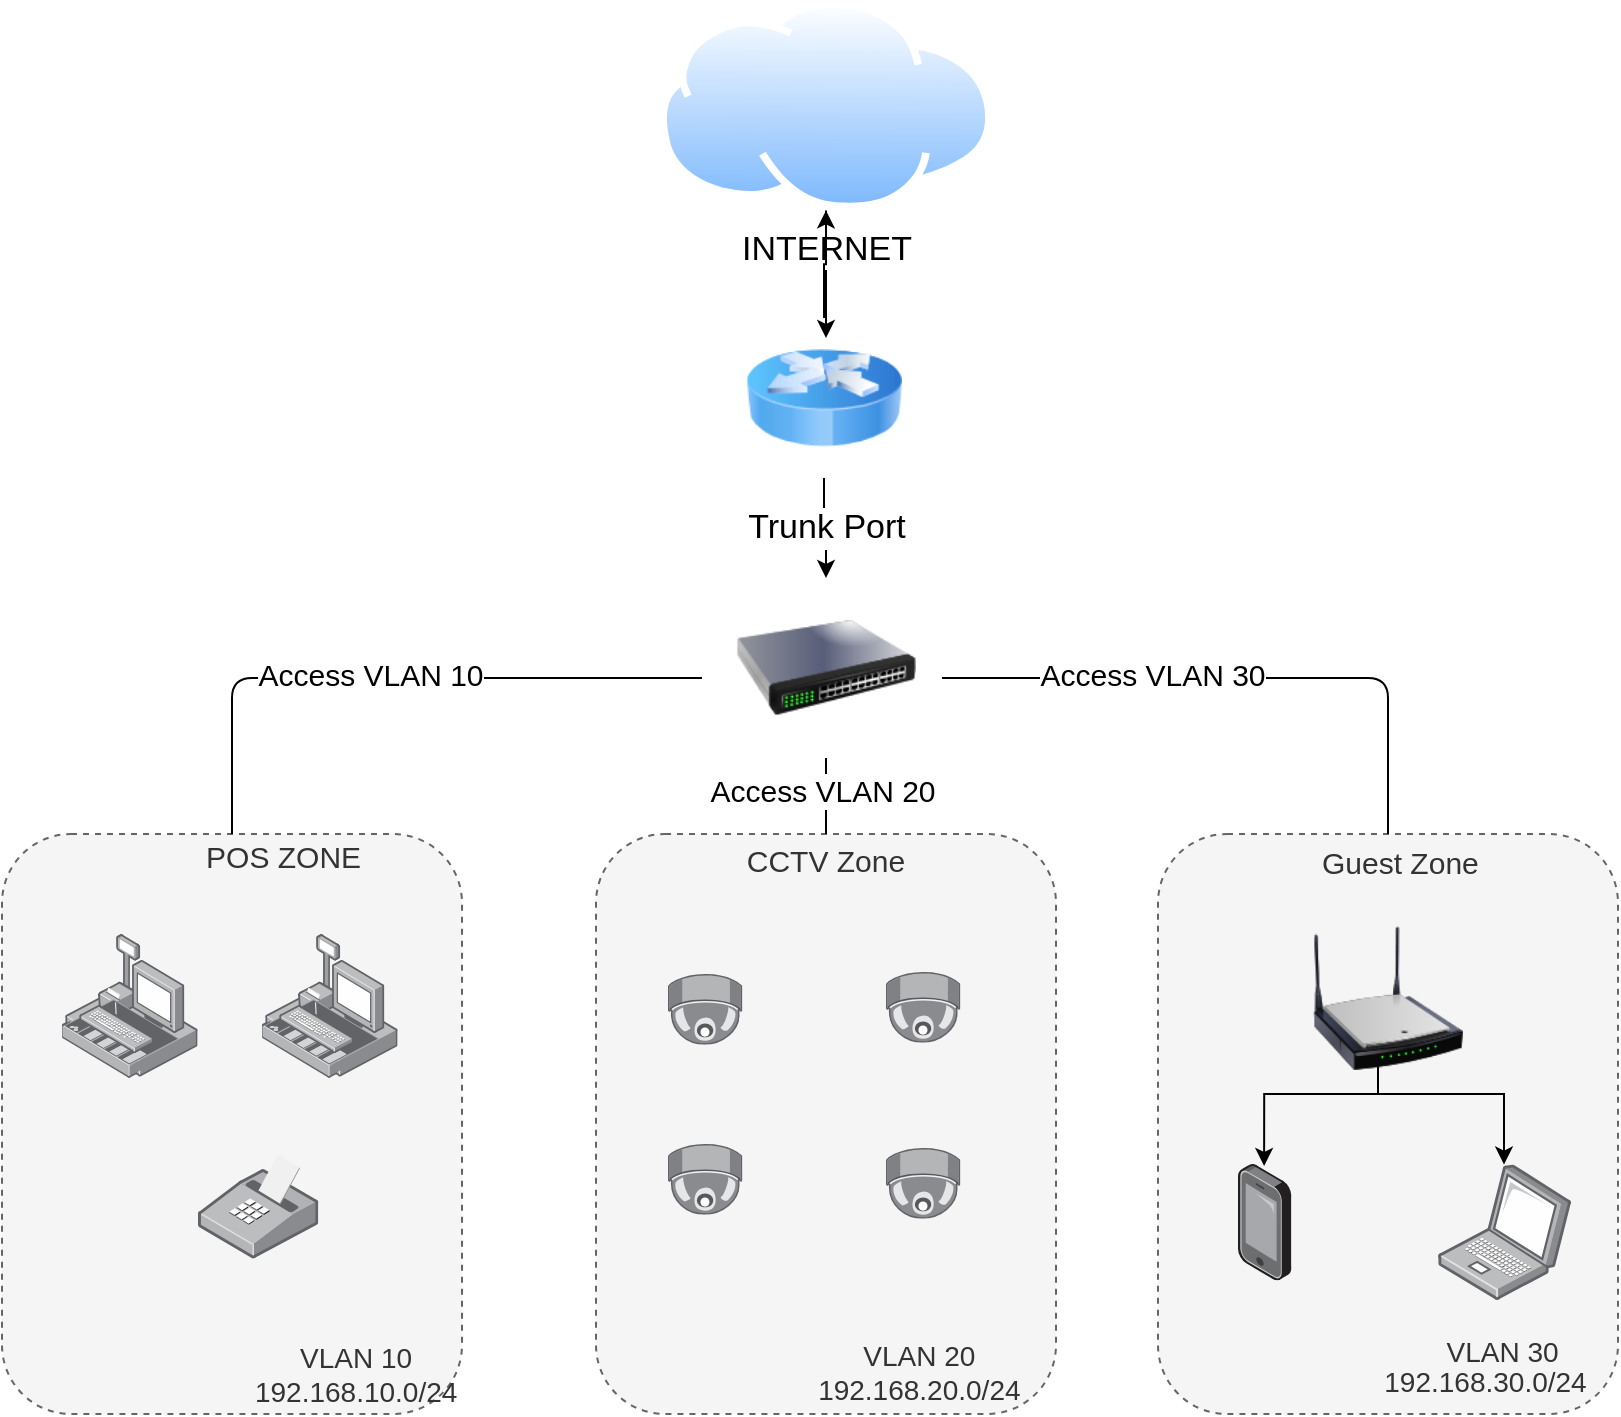
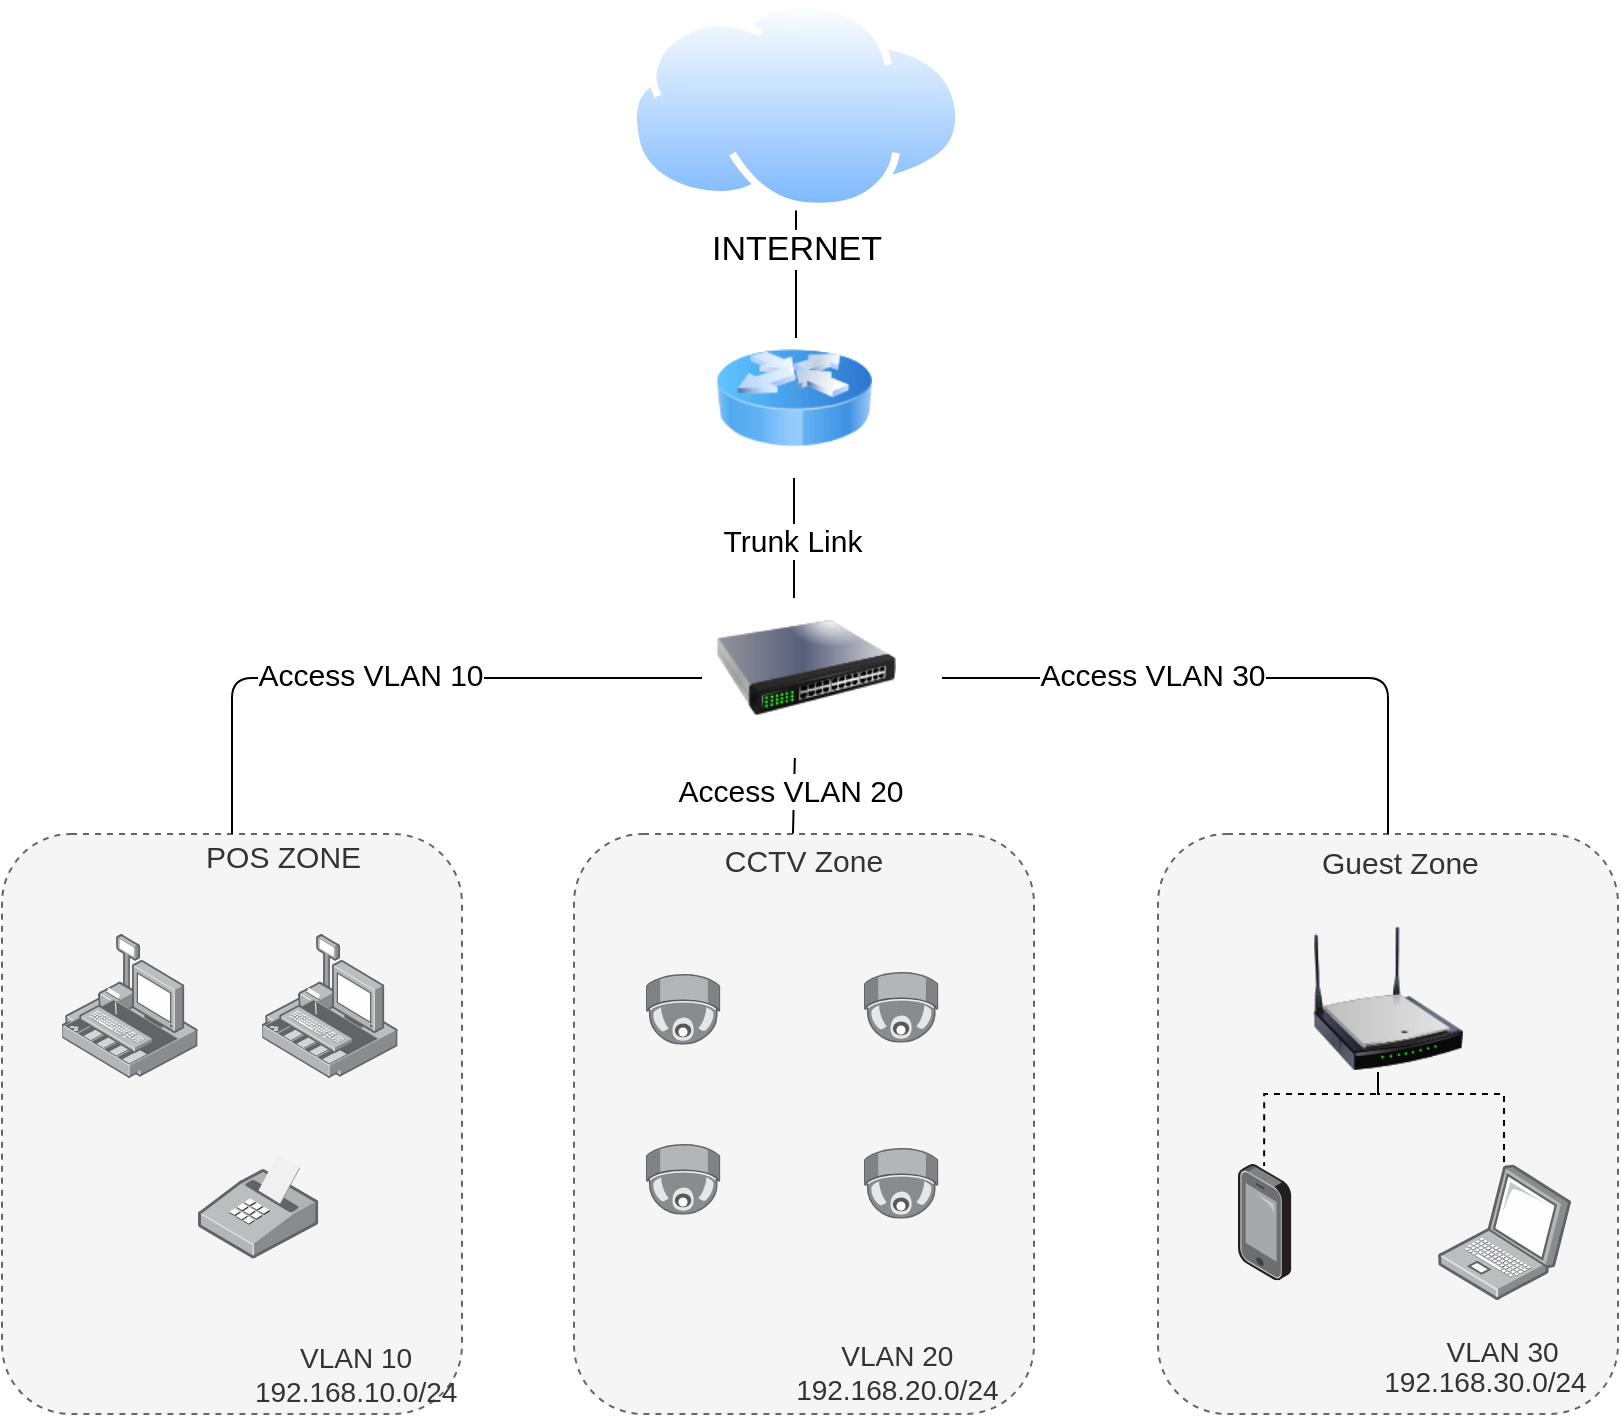
<mxfile host="app.diagrams.net">
  <diagram name="Trang-1" id="-QvKHvVX4tWdF-sznae-">
-     <mxGraphModel dx="967" dy="601" grid="1" gridSize="10" guides="1" tooltips="1" connect="1" arrows="1" fold="1" page="1" pageScale="1" pageWidth="827" pageHeight="1169" math="0" shadow="0">
+     <mxGraphModel dx="1174" dy="730" grid="1" gridSize="10" guides="1" tooltips="1" connect="1" arrows="1" fold="1" page="1" pageScale="1" pageWidth="827" pageHeight="1169" math="0" shadow="0">
      <root>
        <mxCell id="0" />
        <mxCell id="1" parent="0" />
        <mxCell id="tlgCcKQl9_W-pkazaHYF-1" parent="1" style="rounded=1;whiteSpace=wrap;html=1;dashed=1;fillColor=#f5f5f5;strokeColor=#666666;fontColor=#333333;align=left;" value="&lt;div&gt;&lt;font style=&quot;font-size: 15px;&quot;&gt;&lt;span style=&quot;white-space: pre;&quot;&gt;&#x9;&lt;/span&gt;&lt;span style=&quot;white-space: pre;&quot;&gt;&#x9;&lt;/span&gt;&lt;span style=&quot;white-space: pre;&quot;&gt;&#x9;&lt;/span&gt;POS ZONE&lt;br&gt;&lt;/font&gt;&lt;/div&gt;&lt;div&gt;&lt;font style=&quot;font-size: 14px;&quot;&gt;&lt;br&gt;&lt;/font&gt;&lt;/div&gt;&lt;div&gt;&lt;font style=&quot;font-size: 14px;&quot;&gt;&lt;br&gt;&lt;/font&gt;&lt;/div&gt;&lt;div style=&quot;text-align: center;&quot;&gt;&lt;font style=&quot;font-size: 14px;&quot;&gt;&lt;br&gt;&lt;/font&gt;&lt;/div&gt;&lt;div style=&quot;text-align: center;&quot;&gt;&lt;font style=&quot;font-size: 14px;&quot;&gt;&lt;br&gt;&lt;/font&gt;&lt;/div&gt;&lt;div style=&quot;text-align: center;&quot;&gt;&lt;font style=&quot;font-size: 14px;&quot;&gt;&lt;br&gt;&lt;/font&gt;&lt;/div&gt;&lt;div style=&quot;text-align: center;&quot;&gt;&lt;font style=&quot;font-size: 14px;&quot;&gt;&lt;br&gt;&lt;/font&gt;&lt;/div&gt;&lt;div style=&quot;text-align: center;&quot;&gt;&lt;font style=&quot;font-size: 14px;&quot;&gt;&lt;br&gt;&lt;/font&gt;&lt;/div&gt;&lt;div style=&quot;text-align: center;&quot;&gt;&lt;br&gt;&lt;/div&gt;&lt;div style=&quot;text-align: center;&quot;&gt;&lt;font style=&quot;font-size: 14px;&quot;&gt;&lt;br&gt;&lt;/font&gt;&lt;/div&gt;&lt;div style=&quot;text-align: center;&quot;&gt;&lt;font style=&quot;font-size: 14px;&quot;&gt;&lt;br&gt;&lt;/font&gt;&lt;/div&gt;&lt;div&gt;&lt;div style=&quot;text-align: center;&quot;&gt;&lt;span style=&quot;font-size: 14px; background-color: transparent; color: light-dark(rgb(51, 51, 51), rgb(193, 193, 193));&quot;&gt;&amp;nbsp; &amp;nbsp; &amp;nbsp; &amp;nbsp; &amp;nbsp; &amp;nbsp; &amp;nbsp; &amp;nbsp; &amp;nbsp; &amp;nbsp; &amp;nbsp; &amp;nbsp; &amp;nbsp; &amp;nbsp; &amp;nbsp; &amp;nbsp;&amp;nbsp;&lt;/span&gt;&lt;/div&gt;&lt;div style=&quot;text-align: center;&quot;&gt;&lt;span style=&quot;font-size: 14px; background-color: transparent; color: light-dark(rgb(51, 51, 51), rgb(193, 193, 193));&quot;&gt;&lt;br&gt;&lt;/span&gt;&lt;/div&gt;&lt;div style=&quot;text-align: center;&quot;&gt;&lt;span style=&quot;font-size: 14px; background-color: transparent; color: light-dark(rgb(51, 51, 51), rgb(193, 193, 193));&quot;&gt;&lt;br&gt;&lt;/span&gt;&lt;/div&gt;&lt;div style=&quot;text-align: center;&quot;&gt;&lt;span style=&quot;font-size: 14px; background-color: transparent; color: light-dark(rgb(51, 51, 51), rgb(193, 193, 193));&quot;&gt;&lt;br&gt;&lt;/span&gt;&lt;/div&gt;&lt;div style=&quot;text-align: center;&quot;&gt;&lt;span style=&quot;font-size: 14px; background-color: transparent; color: light-dark(rgb(51, 51, 51), rgb(193, 193, 193));&quot;&gt;&lt;span style=&quot;white-space: pre;&quot;&gt;&#x9;&lt;/span&gt;&lt;span style=&quot;white-space: pre;&quot;&gt;&#x9;&lt;/span&gt;&lt;span style=&quot;white-space: pre;&quot;&gt;&#x9;&lt;/span&gt;&lt;span style=&quot;white-space: pre;&quot;&gt;&#x9;&lt;/span&gt;VLAN 10&lt;/span&gt;&lt;/div&gt;&lt;div style=&quot;text-align: center;&quot;&gt;&lt;font style=&quot;font-size: 14px;&quot;&gt;&lt;span style=&quot;white-space: pre;&quot;&gt;&#x9;&lt;/span&gt;&lt;span style=&quot;white-space: pre;&quot;&gt;&#x9;&lt;/span&gt;&lt;span style=&quot;white-space: pre;&quot;&gt;&#x9;&lt;/span&gt;&lt;span style=&quot;white-space: pre;&quot;&gt;&#x9;&lt;/span&gt;192.168.10.0/24&lt;/font&gt;&lt;/div&gt;&lt;/div&gt;" vertex="1">
          <mxGeometry height="290" width="230" x="10" y="418" as="geometry" />
        </mxCell>
-         <mxCell id="tlgCcKQl9_W-pkazaHYF-5" edge="1" parent="1" source="6glJgjmVUURO1JKE-K0C-2" style="edgeStyle=orthogonalEdgeStyle;rounded=0;orthogonalLoop=1;jettySize=auto;html=1;" value="">
+         <mxCell id="tlgCcKQl9_W-pkazaHYF-5" edge="1" parent="1" source="6glJgjmVUURO1JKE-K0C-2" style="edgeStyle=orthogonalEdgeStyle;rounded=0;orthogonalLoop=1;jettySize=auto;html=1;endArrow=none;endFill=0;" value="">
          <mxGeometry relative="1" as="geometry">
-             <mxPoint x="422" y="170" as="targetPoint" />
+             <mxPoint x="407" y="170" as="targetPoint" />
          </mxGeometry>
        </mxCell>
        <mxCell id="6glJgjmVUURO1JKE-K0C-2" parent="1" style="image;aspect=fixed;perimeter=ellipsePerimeter;html=1;align=center;shadow=0;dashed=0;spacingTop=3;image=img/lib/active_directory/internet_cloud.svg;" value="&lt;font style=&quot;font-size: 17px;&quot;&gt;INTERNET&lt;/font&gt;" vertex="1">
-           <mxGeometry height="105.2" width="166.99" x="338.51" y="1" as="geometry" />
-         </mxCell>
-         <mxCell id="tlgCcKQl9_W-pkazaHYF-27" edge="1" parent="1" source="tlgCcKQl9_W-pkazaHYF-2" style="edgeStyle=orthogonalEdgeStyle;rounded=0;orthogonalLoop=1;jettySize=auto;html=1;" target="tlgCcKQl9_W-pkazaHYF-25" value="&lt;font style=&quot;font-size: 17px;&quot;&gt;Trunk Port&lt;/font&gt;">
-           <mxGeometry relative="1" as="geometry" />
-         </mxCell>
-         <mxCell id="tlgCcKQl9_W-pkazaHYF-30" edge="1" parent="1" source="tlgCcKQl9_W-pkazaHYF-2" style="edgeStyle=orthogonalEdgeStyle;rounded=0;orthogonalLoop=1;jettySize=auto;html=1;" target="6glJgjmVUURO1JKE-K0C-2" value="">
-           <mxGeometry relative="1" as="geometry" />
+           <mxGeometry height="105.2" width="166.99" x="323.51" y="1" as="geometry" />
        </mxCell>
        <mxCell id="tlgCcKQl9_W-pkazaHYF-2" parent="1" style="image;html=1;image=img/lib/clip_art/networking/Router_Icon_128x128.png;labelBackgroundColor=#f8cecc;labelBorderColor=#b85450;" value="" vertex="1">
-           <mxGeometry height="80" width="78" x="382" y="160" as="geometry" />
+           <mxGeometry height="80" width="78" x="367" y="160" as="geometry" />
        </mxCell>
        <mxCell id="tlgCcKQl9_W-pkazaHYF-6" parent="1" style="rounded=1;whiteSpace=wrap;html=1;dashed=1;fillColor=#f5f5f5;strokeColor=#666666;fontColor=#333333;" value="&lt;div&gt;&lt;font style=&quot;font-size: 15px;&quot;&gt;CCTV Zone&lt;/font&gt;&lt;/div&gt;&lt;div&gt;&lt;br&gt;&lt;/div&gt;&lt;div&gt;&lt;br&gt;&lt;/div&gt;&lt;div&gt;&lt;br&gt;&lt;/div&gt;&lt;div&gt;&lt;br&gt;&lt;/div&gt;&lt;div&gt;&lt;br&gt;&lt;/div&gt;&lt;div&gt;&lt;br&gt;&lt;/div&gt;&lt;div&gt;&lt;br&gt;&lt;/div&gt;&lt;div&gt;&lt;br&gt;&lt;/div&gt;&lt;div&gt;&lt;br&gt;&lt;/div&gt;&lt;div&gt;&lt;br&gt;&lt;/div&gt;&lt;div&gt;&lt;br&gt;&lt;/div&gt;&lt;div&gt;&lt;br&gt;&lt;/div&gt;&lt;div&gt;&lt;br&gt;&lt;/div&gt;&lt;div&gt;&lt;br&gt;&lt;/div&gt;&lt;div&gt;&lt;br&gt;&lt;/div&gt;&lt;div&gt;&lt;br&gt;&lt;/div&gt;&lt;div&gt;&lt;span style=&quot;font-size: 14px; background-color: transparent; color: light-dark(rgb(51, 51, 51), rgb(193, 193, 193));&quot;&gt;&lt;span style=&quot;white-space: pre;&quot;&gt;&#x9;&lt;/span&gt;&lt;span style=&quot;white-space: pre;&quot;&gt;&#x9;&lt;/span&gt;&lt;span style=&quot;white-space: pre;&quot;&gt;&#x9;&lt;/span&gt;VLAN 20&lt;/span&gt;&lt;/div&gt;&lt;div&gt;&lt;/div&gt;&lt;div&gt;&lt;font style=&quot;font-size: 14px;&quot;&gt;&lt;span style=&quot;white-space: pre;&quot;&gt;&#x9;&lt;/span&gt;&lt;span style=&quot;white-space: pre;&quot;&gt;&#x9;&lt;/span&gt;&lt;span style=&quot;white-space: pre;&quot;&gt;&#x9;&lt;/span&gt;192.168.20.0/24&lt;/font&gt;&lt;/div&gt;" vertex="1">
-           <mxGeometry height="290" width="230" x="307" y="418" as="geometry" />
+           <mxGeometry height="290" width="230" x="296" y="418" as="geometry" />
        </mxCell>
        <mxCell id="tlgCcKQl9_W-pkazaHYF-7" parent="1" style="rounded=1;whiteSpace=wrap;html=1;dashed=1;fillColor=#f5f5f5;strokeColor=#666666;fontColor=#333333;align=left;" value="&lt;blockquote style=&quot;margin: 0px 0px 0px 40px; border-width: medium; border-style: none; border-color: currentcolor; border-image: initial; padding: 0px; line-height: 110%;&quot;&gt;&lt;blockquote style=&quot;margin: 0px 0px 0px 40px; border-width: medium; border-style: none; border-color: currentcolor; border-image: initial; padding: 0px;&quot;&gt;&lt;font style=&quot;font-size: 15px;&quot;&gt;Guest Zone&lt;/font&gt;&lt;/blockquote&gt;&lt;blockquote style=&quot;margin: 0px 0px 0px 40px; border-width: medium; border-style: none; border-color: currentcolor; border-image: initial; padding: 0px;&quot;&gt;&lt;br&gt;&lt;/blockquote&gt;&lt;blockquote style=&quot;margin: 0px 0px 0px 40px; border-width: medium; border-style: none; border-color: currentcolor; border-image: initial; padding: 0px;&quot;&gt;&lt;font style=&quot;font-size: 14px;&quot;&gt;&lt;br&gt;&lt;/font&gt;&lt;/blockquote&gt;&lt;blockquote style=&quot;margin: 0px 0px 0px 40px; border-width: medium; border-style: none; border-color: currentcolor; border-image: initial; padding: 0px;&quot;&gt;&lt;font style=&quot;font-size: 14px;&quot;&gt;&lt;br&gt;&lt;/font&gt;&lt;/blockquote&gt;&lt;blockquote style=&quot;margin: 0px 0px 0px 40px; border-width: medium; border-style: none; border-color: currentcolor; border-image: initial; padding: 0px;&quot;&gt;&lt;font style=&quot;font-size: 14px;&quot;&gt;&lt;br&gt;&lt;/font&gt;&lt;/blockquote&gt;&lt;blockquote style=&quot;margin: 0px 0px 0px 40px; border-width: medium; border-style: none; border-color: currentcolor; border-image: initial; padding: 0px;&quot;&gt;&lt;font style=&quot;font-size: 14px;&quot;&gt;&lt;br&gt;&lt;/font&gt;&lt;/blockquote&gt;&lt;blockquote style=&quot;margin: 0px 0px 0px 40px; border-width: medium; border-style: none; border-color: currentcolor; border-image: initial; padding: 0px;&quot;&gt;&lt;font style=&quot;font-size: 14px;&quot;&gt;&lt;br&gt;&lt;/font&gt;&lt;/blockquote&gt;&lt;blockquote style=&quot;margin: 0px 0px 0px 40px; border-width: medium; border-style: none; border-color: currentcolor; border-image: initial; padding: 0px;&quot;&gt;&lt;font style=&quot;font-size: 14px;&quot;&gt;&lt;br&gt;&lt;/font&gt;&lt;/blockquote&gt;&lt;blockquote style=&quot;margin: 0px 0px 0px 40px; border-width: medium; border-style: none; border-color: currentcolor; border-image: initial; padding: 0px;&quot;&gt;&lt;font style=&quot;font-size: 14px;&quot;&gt;&lt;br&gt;&lt;/font&gt;&lt;/blockquote&gt;&lt;blockquote style=&quot;margin: 0px 0px 0px 40px; border-width: medium; border-style: none; border-color: currentcolor; border-image: initial; padding: 0px;&quot;&gt;&lt;font style=&quot;font-size: 14px;&quot;&gt;&lt;br&gt;&lt;/font&gt;&lt;/blockquote&gt;&lt;blockquote style=&quot;margin: 0px 0px 0px 40px; border-width: medium; border-style: none; border-color: currentcolor; border-image: initial; padding: 0px;&quot;&gt;&lt;font style=&quot;font-size: 14px;&quot;&gt;&lt;br&gt;&lt;/font&gt;&lt;/blockquote&gt;&lt;blockquote style=&quot;margin: 0px 0px 0px 40px; border-width: medium; border-style: none; border-color: currentcolor; border-image: initial; padding: 0px;&quot;&gt;&lt;font style=&quot;font-size: 14px;&quot;&gt;&lt;br&gt;&lt;/font&gt;&lt;/blockquote&gt;&lt;blockquote style=&quot;margin: 0px 0px 0px 40px; border-width: medium; border-style: none; border-color: currentcolor; border-image: initial; padding: 0px;&quot;&gt;&lt;font style=&quot;font-size: 14px;&quot;&gt;&lt;br&gt;&lt;/font&gt;&lt;/blockquote&gt;&lt;blockquote style=&quot;margin: 0px 0px 0px 40px; border-width: medium; border-style: none; border-color: currentcolor; border-image: initial; padding: 0px;&quot;&gt;&lt;font style=&quot;font-size: 14px;&quot;&gt;&lt;br&gt;&lt;/font&gt;&lt;/blockquote&gt;&lt;blockquote style=&quot;margin: 0px 0px 0px 40px; border-width: medium; border-style: none; border-color: currentcolor; border-image: initial; padding: 0px;&quot;&gt;&lt;span style=&quot;font-size: 14px; background-color: transparent; color: light-dark(rgb(51, 51, 51), rgb(193, 193, 193));&quot;&gt;&lt;br&gt;&lt;/span&gt;&lt;/blockquote&gt;&lt;blockquote style=&quot;margin: 0px 0px 0px 40px; border-width: medium; border-style: none; border-color: currentcolor; border-image: initial; padding: 0px;&quot;&gt;&lt;span style=&quot;font-size: 14px; background-color: transparent; color: light-dark(rgb(51, 51, 51), rgb(193, 193, 193)); line-height: 110%;&quot;&gt;&lt;br&gt;&lt;/span&gt;&lt;/blockquote&gt;&lt;blockquote style=&quot;margin: 0px 0px 0px 40px; border-width: medium; border-style: none; border-color: currentcolor; border-image: initial; padding: 0px;&quot;&gt;&lt;span style=&quot;font-size: 14px; background-color: transparent; color: light-dark(rgb(51, 51, 51), rgb(193, 193, 193)); line-height: 110%;&quot;&gt;&lt;br&gt;&lt;/span&gt;&lt;/blockquote&gt;&lt;blockquote style=&quot;margin: 0px 0px 0px 40px; border-width: medium; border-style: none; border-color: currentcolor; border-image: initial; padding: 0px;&quot;&gt;&lt;span style=&quot;font-size: 14px; background-color: transparent; color: light-dark(rgb(51, 51, 51), rgb(193, 193, 193)); line-height: 110%;&quot;&gt;&lt;span style=&quot;white-space: pre;&quot;&gt;&#x9;&lt;/span&gt;&lt;span style=&quot;white-space: pre;&quot;&gt;&#x9;&lt;/span&gt;VLAN 30&lt;/span&gt;&lt;/blockquote&gt;&lt;blockquote style=&quot;margin: 0px 0px 0px 40px; border-width: medium; border-style: none; border-color: currentcolor; border-image: initial; padding: 0px;&quot;&gt;&lt;div&gt;&lt;font style=&quot;font-size: 14px; line-height: 110%;&quot;&gt;&lt;span style=&quot;white-space: pre;&quot;&gt;&#x9;&lt;/span&gt;192.168.30.0/24&lt;/font&gt;&lt;/div&gt;&lt;/blockquote&gt;&lt;/blockquote&gt;" vertex="1">
          <mxGeometry height="290" width="230" x="588" y="418" as="geometry" />
        </mxCell>
        <mxCell id="tlgCcKQl9_W-pkazaHYF-8" parent="1" style="image;points=[];aspect=fixed;html=1;align=center;shadow=0;dashed=0;image=img/lib/allied_telesis/security/POS.svg;" value="" vertex="1">
          <mxGeometry height="72" width="67.8" x="40" y="468" as="geometry" />
        </mxCell>
        <mxCell id="tlgCcKQl9_W-pkazaHYF-9" parent="1" style="image;points=[];aspect=fixed;html=1;align=center;shadow=0;dashed=0;image=img/lib/allied_telesis/security/POS.svg;" value="" vertex="1">
          <mxGeometry height="72" width="67.8" x="140" y="468" as="geometry" />
        </mxCell>
        <mxCell id="tlgCcKQl9_W-pkazaHYF-10" parent="1" style="image;points=[];aspect=fixed;html=1;align=center;shadow=0;dashed=0;image=img/lib/allied_telesis/computer_and_terminals/POS_Printer.svg;direction=east;" value="" vertex="1">
          <mxGeometry height="52.4" width="60.16" x="108" y="578" as="geometry" />
        </mxCell>
        <mxCell id="tlgCcKQl9_W-pkazaHYF-11" parent="1" style="image;points=[];aspect=fixed;html=1;align=center;shadow=0;dashed=0;image=img/lib/allied_telesis/security/Surveillance_Camera_Ceiling.svg;" value="" vertex="1">
-           <mxGeometry height="35.4" width="37.2" x="343" y="488" as="geometry" />
+           <mxGeometry height="35.4" width="37.2" x="332" y="488" as="geometry" />
        </mxCell>
        <mxCell id="tlgCcKQl9_W-pkazaHYF-12" parent="1" style="image;points=[];aspect=fixed;html=1;align=center;shadow=0;dashed=0;image=img/lib/allied_telesis/security/Surveillance_Camera_Ceiling.svg;" value="" vertex="1">
-           <mxGeometry height="35.4" width="37.2" x="343" y="573" as="geometry" />
+           <mxGeometry height="35.4" width="37.2" x="332" y="573" as="geometry" />
        </mxCell>
        <mxCell id="tlgCcKQl9_W-pkazaHYF-14" parent="1" style="image;points=[];aspect=fixed;html=1;align=center;shadow=0;dashed=0;image=img/lib/allied_telesis/security/Surveillance_Camera_Ceiling.svg;" value="" vertex="1">
-           <mxGeometry height="35.4" width="37.2" x="452" y="487" as="geometry" />
+           <mxGeometry height="35.4" width="37.2" x="441" y="487" as="geometry" />
        </mxCell>
        <mxCell id="tlgCcKQl9_W-pkazaHYF-16" parent="1" style="image;points=[];aspect=fixed;html=1;align=center;shadow=0;dashed=0;image=img/lib/allied_telesis/security/Surveillance_Camera_Ceiling.svg;" value="" vertex="1">
-           <mxGeometry height="35.4" width="37.2" x="452" y="575" as="geometry" />
+           <mxGeometry height="35.4" width="37.2" x="441" y="575" as="geometry" />
        </mxCell>
-         <mxCell id="tlgCcKQl9_W-pkazaHYF-20" edge="1" parent="1" source="tlgCcKQl9_W-pkazaHYF-17" style="edgeStyle=orthogonalEdgeStyle;rounded=0;orthogonalLoop=1;jettySize=auto;html=1;" target="tlgCcKQl9_W-pkazaHYF-19" value="">
+         <mxCell id="tlgCcKQl9_W-pkazaHYF-20" edge="1" parent="1" source="tlgCcKQl9_W-pkazaHYF-17" style="edgeStyle=orthogonalEdgeStyle;rounded=0;orthogonalLoop=1;jettySize=auto;html=1;dashed=1;endArrow=none;endFill=0;" target="tlgCcKQl9_W-pkazaHYF-19" value="">
          <mxGeometry relative="1" as="geometry">
            <Array as="points">
              <mxPoint x="698" y="548" />
              <mxPoint x="761" y="548" />
            </Array>
          </mxGeometry>
        </mxCell>
-         <mxCell id="tlgCcKQl9_W-pkazaHYF-22" edge="1" parent="1" style="edgeStyle=orthogonalEdgeStyle;rounded=0;orthogonalLoop=1;jettySize=auto;html=1;" value="">
+         <mxCell id="tlgCcKQl9_W-pkazaHYF-22" edge="1" parent="1" style="edgeStyle=orthogonalEdgeStyle;rounded=0;orthogonalLoop=1;jettySize=auto;html=1;endArrow=none;endFill=0;dashed=1;" value="">
          <mxGeometry relative="1" as="geometry">
            <Array as="points">
              <mxPoint x="698" y="548" />
              <mxPoint x="641" y="548" />
            </Array>
            <mxPoint x="698" y="507" as="sourcePoint" />
            <mxPoint x="641.0588235294117" y="584" as="targetPoint" />
          </mxGeometry>
        </mxCell>
        <mxCell id="tlgCcKQl9_W-pkazaHYF-17" parent="1" style="image;html=1;image=img/lib/clip_art/networking/Wireless_Router_N_128x128.png" value="" vertex="1">
          <mxGeometry height="80" width="75" x="665.5" y="460" as="geometry" />
        </mxCell>
        <mxCell id="tlgCcKQl9_W-pkazaHYF-18" parent="1" style="image;points=[];aspect=fixed;html=1;align=center;shadow=0;dashed=0;image=img/lib/allied_telesis/computer_and_terminals/Smartphone.svg;" value="" vertex="1">
          <mxGeometry height="58.2" width="26.68" x="628" y="583" as="geometry" />
        </mxCell>
        <mxCell id="tlgCcKQl9_W-pkazaHYF-19" parent="1" style="image;points=[];aspect=fixed;html=1;align=center;shadow=0;dashed=0;image=img/lib/allied_telesis/computer_and_terminals/Laptop.svg;" value="" vertex="1">
          <mxGeometry height="67.6" width="66.65" x="728" y="583.3" as="geometry" />
        </mxCell>
        <mxCell id="tlgCcKQl9_W-pkazaHYF-25" parent="1" style="image;html=1;image=img/lib/clip_art/networking/Switch_128x128.png" value="" vertex="1">
-           <mxGeometry height="90" width="90" x="377" y="290" as="geometry" />
+           <mxGeometry height="90" width="90" x="367" y="290" as="geometry" />
        </mxCell>
-         <mxCell id="tlgCcKQl9_W-pkazaHYF-32" edge="1" parent="1" source="tlgCcKQl9_W-pkazaHYF-25" style="endArrow=none;html=1;rounded=0;entryX=0.5;entryY=0;entryDx=0;entryDy=0;" target="tlgCcKQl9_W-pkazaHYF-6" value="">
+         <mxCell id="tlgCcKQl9_W-pkazaHYF-32" edge="1" parent="1" style="endArrow=none;html=1;rounded=0;entryX=0.476;entryY=-0.001;entryDx=0;entryDy=0;entryPerimeter=0;" target="tlgCcKQl9_W-pkazaHYF-6" value="">
          <mxGeometry height="50" relative="1" width="50" as="geometry">
-             <mxPoint x="422" y="370" as="sourcePoint" />
-             <mxPoint x="480" y="290" as="targetPoint" />
+             <mxPoint x="406.4216867469879" y="380" as="sourcePoint" />
+             <mxPoint x="405" y="410" as="targetPoint" />
          </mxGeometry>
        </mxCell>
        <mxCell id="tlgCcKQl9_W-pkazaHYF-36" connectable="0" parent="tlgCcKQl9_W-pkazaHYF-32" style="edgeLabel;html=1;align=center;verticalAlign=middle;resizable=0;points=[];" value="&lt;span style=&quot;font-size: 15px;&quot;&gt;Access VLAN 20&lt;/span&gt;" vertex="1">
          <mxGeometry relative="1" x="-0.1858" y="-2" as="geometry">
            <mxPoint as="offset" />
          </mxGeometry>
        </mxCell>
        <mxCell id="tlgCcKQl9_W-pkazaHYF-33" edge="1" parent="1" style="endArrow=none;html=1;rounded=1;entryX=0.5;entryY=0;entryDx=0;entryDy=0;curved=0;" target="tlgCcKQl9_W-pkazaHYF-7" value="">
          <mxGeometry height="50" relative="1" width="50" as="geometry">
            <Array as="points">
              <mxPoint x="703" y="340" />
            </Array>
            <mxPoint x="480" y="340" as="sourcePoint" />
            <mxPoint x="480" y="290" as="targetPoint" />
          </mxGeometry>
        </mxCell>
        <mxCell id="tlgCcKQl9_W-pkazaHYF-37" connectable="0" parent="tlgCcKQl9_W-pkazaHYF-33" style="edgeLabel;html=1;align=center;verticalAlign=middle;resizable=0;points=[];" value="&lt;span style=&quot;font-size: 15px;&quot;&gt;Access VLAN 30&lt;/span&gt;" vertex="1">
          <mxGeometry relative="1" x="-0.3039" y="2" as="geometry">
            <mxPoint as="offset" />
          </mxGeometry>
        </mxCell>
        <mxCell id="tlgCcKQl9_W-pkazaHYF-34" edge="1" parent="1" source="tlgCcKQl9_W-pkazaHYF-1" style="endArrow=none;html=1;rounded=1;curved=0;exitX=0.5;exitY=0;exitDx=0;exitDy=0;" value="">
          <mxGeometry height="50" relative="1" width="50" as="geometry">
            <Array as="points">
              <mxPoint x="125" y="340" />
            </Array>
            <mxPoint x="40" y="280" as="sourcePoint" />
            <mxPoint x="360" y="340" as="targetPoint" />
          </mxGeometry>
        </mxCell>
        <mxCell id="tlgCcKQl9_W-pkazaHYF-35" connectable="0" parent="tlgCcKQl9_W-pkazaHYF-34" style="edgeLabel;html=1;align=center;verticalAlign=middle;resizable=0;points=[];" value="&lt;font style=&quot;font-size: 15px;&quot;&gt;Access VLAN 10&lt;/font&gt;" vertex="1">
          <mxGeometry relative="1" x="-0.0596" y="2" as="geometry">
            <mxPoint as="offset" />
          </mxGeometry>
        </mxCell>
+         <mxCell id="tlgCcKQl9_W-pkazaHYF-38" edge="1" parent="1" style="endArrow=none;html=1;rounded=0;" value="&lt;font style=&quot;font-size: 15px;&quot;&gt;Trunk Link&lt;/font&gt;">
+           <mxGeometry height="50" relative="1" width="50" y="1" as="geometry">
+             <mxPoint y="1" as="offset" />
+             <mxPoint x="406" y="300" as="sourcePoint" />
+             <mxPoint x="406" y="240" as="targetPoint" />
+           </mxGeometry>
+         </mxCell>
      </root>
    </mxGraphModel>
  </diagram>
</mxfile>
